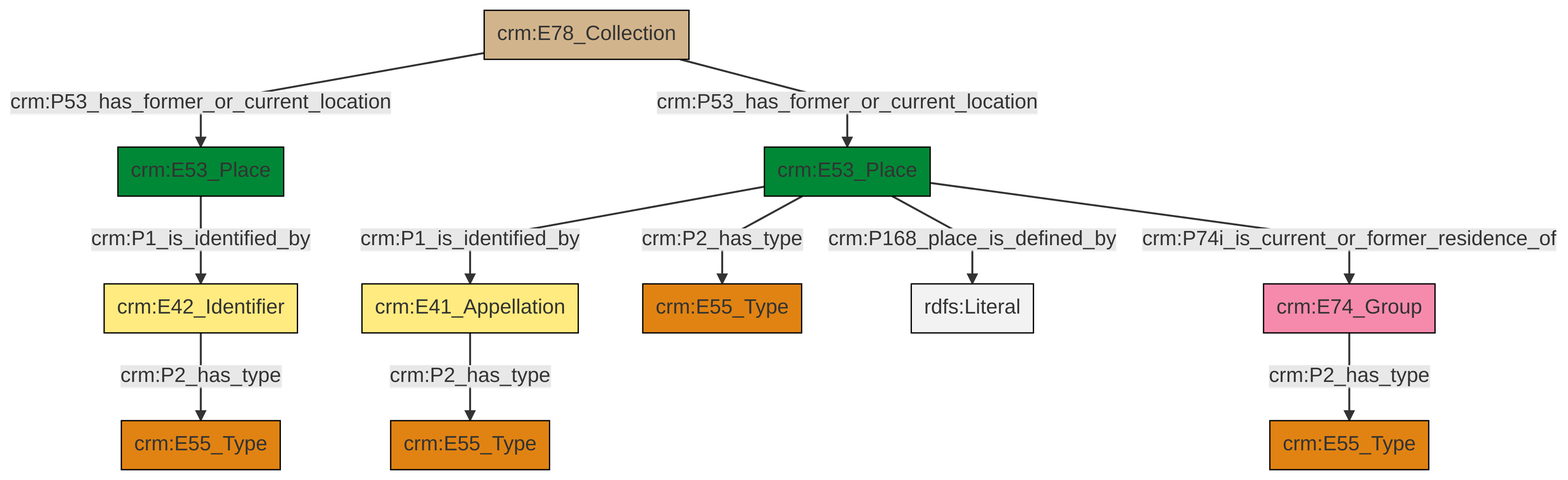
Earlier version of the Mermaid export et/archivalCSV/ttl/mmd/png/archival_location.png (swiss-art-research-net/docs.swissartresearch). Its source is kept beside it as et/archivalCSV/ttl/mmd/archival_location.ttl.mmd.
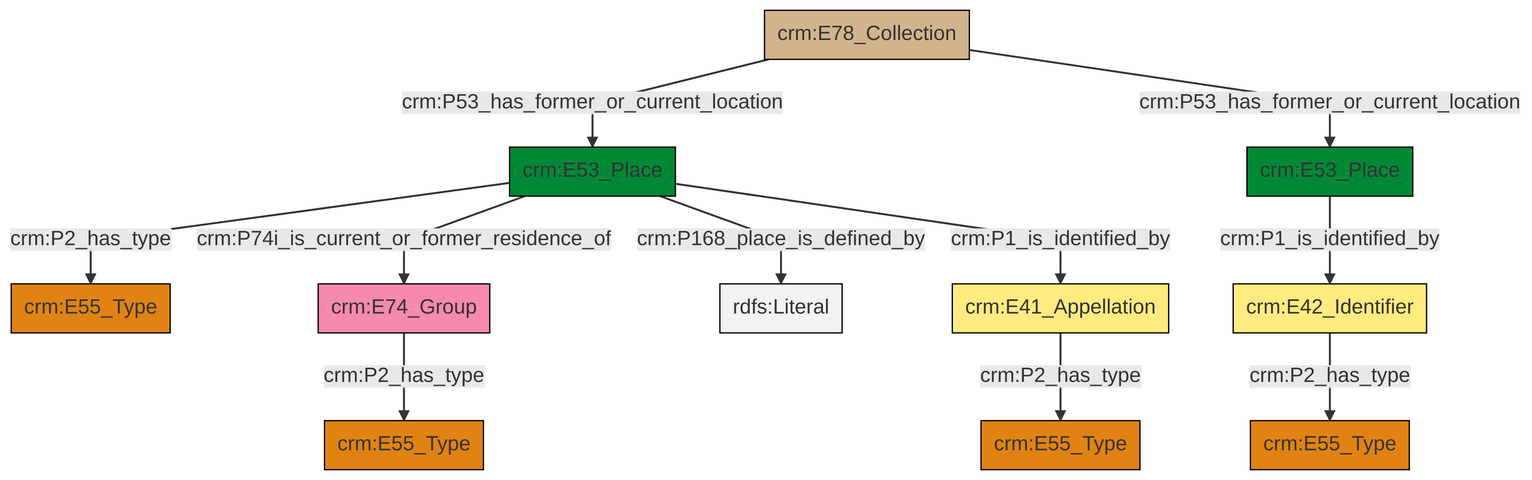
After the commit.

The edit, as a diff of the source:
```diff
@@ -13,13 +13,13 @@
 classDef PC_Classes fill:#4ce600, stroke:#000000;
 classDef Multi fill:#cccccc,stroke:#000000;
 
-2["crm:E42_Identifier"]:::Appellation -->|crm:P2_has_type| 3["crm:E55_Type"]:::Type
-4["crm:E41_Appellation"]:::Appellation -->|crm:P2_has_type| 5["crm:E55_Type"]:::Type
-6["crm:E78_Collection"]:::Physical_Thing -->|crm:P53_has_former_or_current_location| 7["crm:E53_Place"]:::Place
-0["crm:E53_Place"]:::Place -->|crm:P1_is_identified_by| 4["crm:E41_Appellation"]:::Appellation
-0["crm:E53_Place"]:::Place -->|crm:P168_place_is_defined_by| 14[rdfs:Literal]:::Literal
-16["crm:E74_Group"]:::Actor -->|crm:P2_has_type| 10["crm:E55_Type"]:::Type
-0["crm:E53_Place"]:::Place -->|crm:P74i_is_current_or_former_residence_of| 16["crm:E74_Group"]:::Actor
-6["crm:E78_Collection"]:::Physical_Thing -->|crm:P53_has_former_or_current_location| 0["crm:E53_Place"]:::Place
-7["crm:E53_Place"]:::Place -->|crm:P1_is_identified_by| 2["crm:E42_Identifier"]:::Appellation
-0["crm:E53_Place"]:::Place -->|crm:P2_has_type| 8["crm:E55_Type"]:::Type
+4["crm:E53_Place"]:::Place -->|crm:P2_has_type| 0["crm:E55_Type"]:::Type
+5["crm:E74_Group"]:::Actor -->|crm:P2_has_type| 6["crm:E55_Type"]:::Type
+7["crm:E78_Collection"]:::Physical_Thing -->|crm:P53_has_former_or_current_location| 4["crm:E53_Place"]:::Place
+10["crm:E53_Place"]:::Place -->|crm:P1_is_identified_by| 2["crm:E42_Identifier"]:::Appellation
+2["crm:E42_Identifier"]:::Appellation -->|crm:P2_has_type| 11["crm:E55_Type"]:::Type
+12["crm:E41_Appellation"]:::Appellation -->|crm:P2_has_type| 8["crm:E55_Type"]:::Type
+4["crm:E53_Place"]:::Place -->|crm:P74i_is_current_or_former_residence_of| 5["crm:E74_Group"]:::Actor
+4["crm:E53_Place"]:::Place -->|crm:P168_place_is_defined_by| 23[rdfs:Literal]:::Literal
+4["crm:E53_Place"]:::Place -->|crm:P1_is_identified_by| 12["crm:E41_Appellation"]:::Appellation
+7["crm:E78_Collection"]:::Physical_Thing -->|crm:P53_has_former_or_current_location| 10["crm:E53_Place"]:::Place
```
